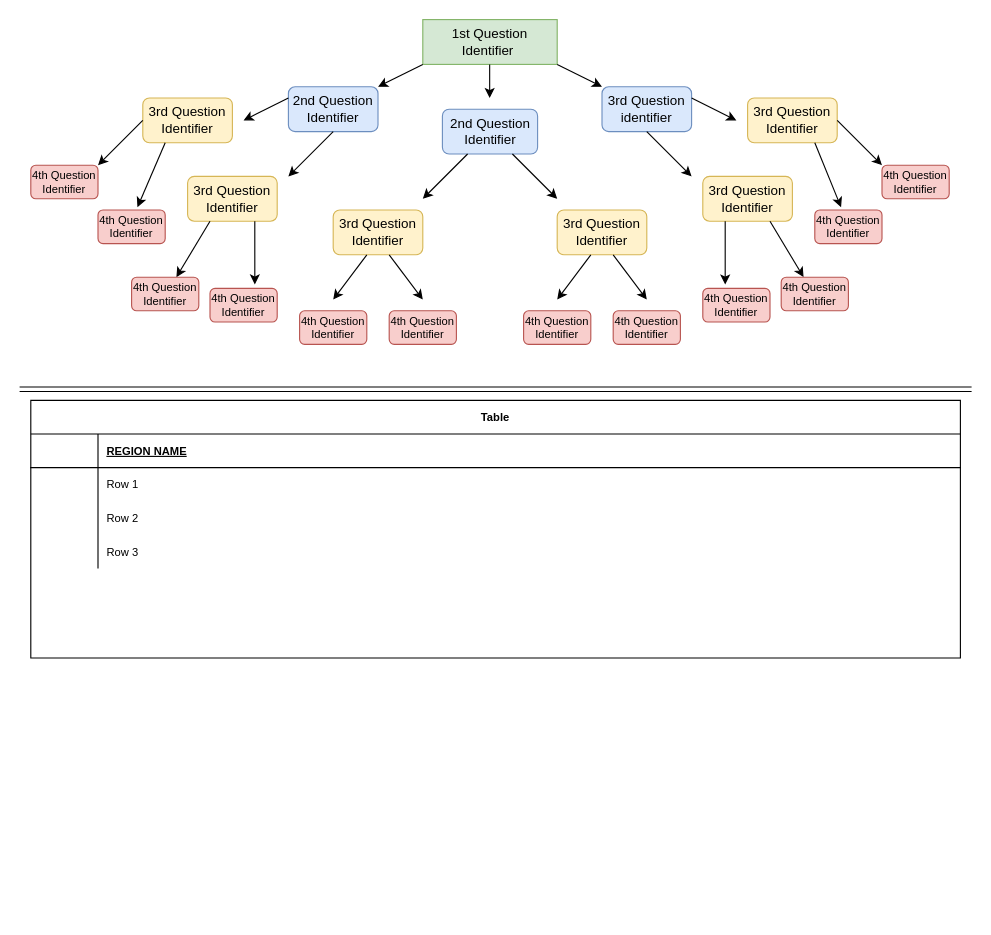
Before: Untitled Diagram.drawio in Madi1Dev/Akinator-League-Clone, a draw.io diagram. Source tidied: cells renumbered, new cells numbered last; positions are measured from the earlier drawing's top-left corner, leaving out a move shared by most shapes. Both pictures are drawn from the tidied source at 112%, with x=0, y=0 at pixel (19, 19).
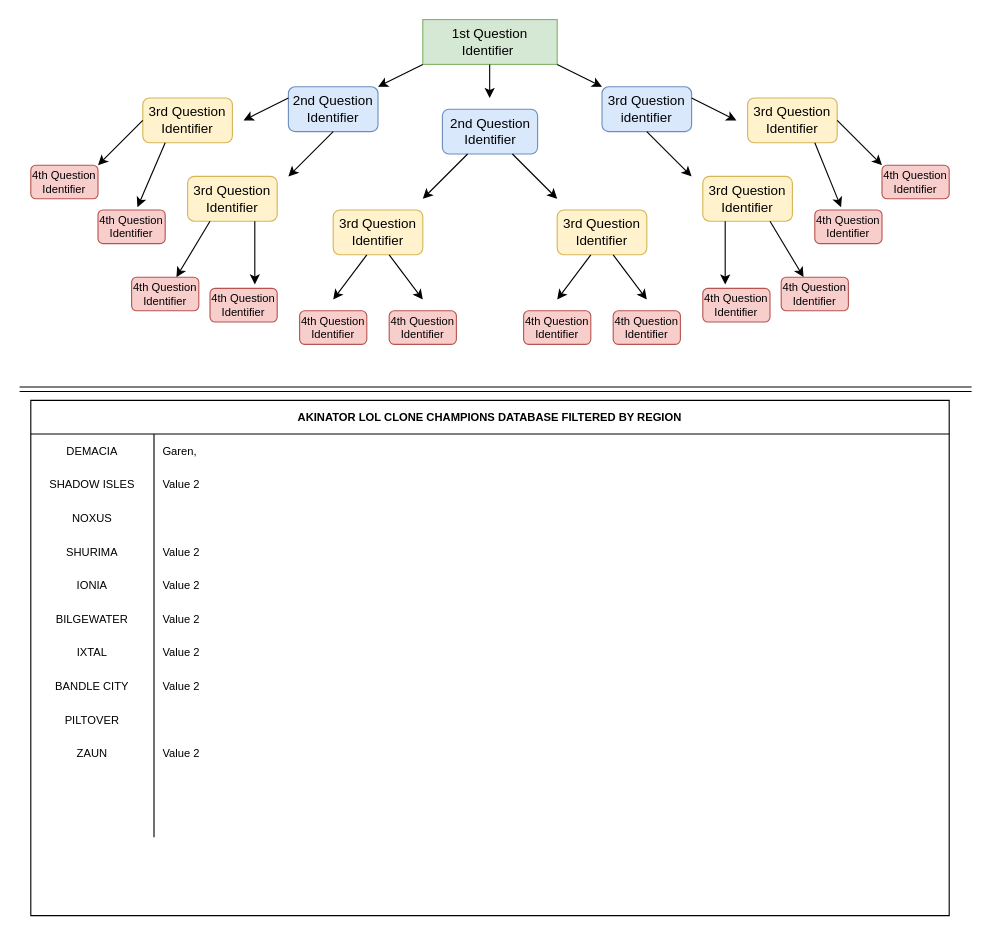
The same diagram, later.

Commit message:
akinator lol clone diagram.drawio

Diff of the diagram source:
```diff
@@
-    <mxCell id="46" value="Table" style="shape=table;startSize=30;childLayout=tableLayout;rowLines=0;fontStyle=1;align=center;fillStyle=auto;fontSize=10;" parent="1" vertex="1">
-      <mxGeometry x="10" y="340" width="830" height="230" as="geometry" />
-    </mxCell>
-    <mxCell id="47" style="shape=tableRow;horizontal=0;startSize=0;swimlaneHead=0;swimlaneBody=0;fillColor=none;top=0;left=0;right=0;bottom=1;fillStyle=auto;fontSize=10;" parent="46" vertex="1">
-      <mxGeometry y="30" width="830" height="30" as="geometry" />
-    </mxCell>
-    <mxCell id="48" style="shape=partialRectangle;fillColor=none;top=0;left=0;bottom=0;right=0;fontStyle=1;overflow=hidden;fillStyle=auto;fontSize=10;" parent="47" vertex="1">
-      <mxGeometry width="60" height="30" as="geometry" />
-    </mxCell>
-    <mxCell id="49" value="REGION NAME" style="shape=partialRectangle;fillColor=none;top=0;left=0;bottom=0;right=0;align=left;spacingLeft=6;fontStyle=5;overflow=hidden;fillStyle=auto;fontSize=10;" parent="47" vertex="1">
-      <mxGeometry x="60" width="770" height="30" as="geometry" />
-    </mxCell>
-    <mxCell id="50" style="shape=tableRow;horizontal=0;startSize=0;swimlaneHead=0;swimlaneBody=0;fillColor=none;top=0;left=0;right=0;bottom=0;fillStyle=auto;fontSize=10;" parent="46" vertex="1">
-      <mxGeometry y="60" width="830" height="30" as="geometry" />
-    </mxCell>
-    <mxCell id="51" style="shape=partialRectangle;fillColor=none;top=0;left=0;bottom=0;right=0;overflow=hidden;fillStyle=auto;fontSize=10;" parent="50" vertex="1">
-      <mxGeometry width="60" height="30" as="geometry" />
-    </mxCell>
-    <mxCell id="52" value="Row 1" style="shape=partialRectangle;fillColor=none;top=0;left=0;bottom=0;right=0;align=left;spacingLeft=6;overflow=hidden;fillStyle=auto;fontSize=10;" parent="50" vertex="1">
-      <mxGeometry x="60" width="770" height="30" as="geometry" />
-    </mxCell>
-    <mxCell id="53" style="shape=tableRow;horizontal=0;startSize=0;swimlaneHead=0;swimlaneBody=0;fillColor=none;top=0;left=0;right=0;bottom=0;fillStyle=auto;fontSize=10;" parent="46" vertex="1">
-      <mxGeometry y="90" width="830" height="30" as="geometry" />
-    </mxCell>
-    <mxCell id="54" style="shape=partialRectangle;fillColor=none;top=0;left=0;bottom=0;right=0;overflow=hidden;fillStyle=auto;fontSize=10;" parent="53" vertex="1">
-      <mxGeometry width="60" height="30" as="geometry" />
-    </mxCell>
-    <mxCell id="55" value="Row 2" style="shape=partialRectangle;fillColor=none;top=0;left=0;bottom=0;right=0;align=left;spacingLeft=6;overflow=hidden;fillStyle=auto;fontSize=10;" parent="53" vertex="1">
-      <mxGeometry x="60" width="770" height="30" as="geometry" />
-    </mxCell>
-    <mxCell id="56" style="shape=tableRow;horizontal=0;startSize=0;swimlaneHead=0;swimlaneBody=0;fillColor=none;top=0;left=0;right=0;bottom=0;fillStyle=auto;fontSize=10;" parent="46" vertex="1">
-      <mxGeometry y="120" width="830" height="30" as="geometry" />
-    </mxCell>
-    <mxCell id="57" style="shape=partialRectangle;fillColor=none;top=0;left=0;bottom=0;right=0;overflow=hidden;fillStyle=auto;fontSize=10;" parent="56" vertex="1">
-      <mxGeometry width="60" height="30" as="geometry" />
-    </mxCell>
-    <mxCell id="58" value="Row 3" style="shape=partialRectangle;fillColor=none;top=0;left=0;bottom=0;right=0;align=left;spacingLeft=6;overflow=hidden;fillStyle=auto;fontSize=10;" parent="56" vertex="1">
-      <mxGeometry x="60" width="770" height="30" as="geometry" />
-    </mxCell>
+    <mxCell id="59" value="AKINATOR LOL CLONE CHAMPIONS DATABASE FILTERED BY REGION" style="shape=table;startSize=30;childLayout=tableLayout;rowLines=0;fontStyle=1;fillStyle=auto;fontSize=10;" parent="1" vertex="1">
+      <mxGeometry x="10" y="340" width="820" height="460" as="geometry" />
+    </mxCell>
+    <mxCell id="60" style="shape=tableRow;horizontal=0;startSize=0;swimlaneHead=0;swimlaneBody=0;top=0;left=0;bottom=0;right=0;fillColor=none;fillStyle=auto;fontSize=10;" parent="59" vertex="1">
+      <mxGeometry y="30" width="820" height="30" as="geometry" />
+    </mxCell>
+    <mxCell id="61" value="DEMACIA" style="shape=partialRectangle;html=1;whiteSpace=wrap;fillColor=none;top=0;left=0;bottom=0;right=0;overflow=hidden;fillStyle=auto;fontSize=10;" parent="60" vertex="1">
+      <mxGeometry width="110" height="30" as="geometry" />
+    </mxCell>
+    <mxCell id="62" value="Garen," style="shape=partialRectangle;html=1;whiteSpace=wrap;fillColor=none;top=0;left=0;bottom=0;right=0;align=left;spacingLeft=6;overflow=hidden;fillStyle=auto;fontSize=10;" parent="60" vertex="1">
+      <mxGeometry x="110" width="710" height="30" as="geometry" />
+    </mxCell>
+    <mxCell id="63" style="shape=tableRow;horizontal=0;startSize=0;swimlaneHead=0;swimlaneBody=0;top=0;left=0;bottom=0;right=0;fillColor=none;fillStyle=auto;fontSize=10;" parent="59" vertex="1">
+      <mxGeometry y="60" width="820" height="30" as="geometry" />
+    </mxCell>
+    <mxCell id="64" value="SHADOW ISLES" style="shape=partialRectangle;html=1;whiteSpace=wrap;fillColor=none;top=0;left=0;bottom=0;right=0;overflow=hidden;fillStyle=auto;fontSize=10;" parent="63" vertex="1">
+      <mxGeometry width="110" height="30" as="geometry" />
+    </mxCell>
+    <mxCell id="65" value="Value 2" style="shape=partialRectangle;html=1;whiteSpace=wrap;fillColor=none;top=0;left=0;bottom=0;right=0;align=left;spacingLeft=6;overflow=hidden;fillStyle=auto;fontSize=10;" parent="63" vertex="1">
+      <mxGeometry x="110" width="710" height="30" as="geometry" />
+    </mxCell>
+    <mxCell id="66" style="shape=tableRow;horizontal=0;startSize=0;swimlaneHead=0;swimlaneBody=0;top=0;left=0;bottom=0;right=0;fillColor=none;fillStyle=auto;fontSize=10;" parent="59" vertex="1">
+      <mxGeometry y="90" width="820" height="30" as="geometry" />
+    </mxCell>
+    <mxCell id="67" value="NOXUS" style="shape=partialRectangle;html=1;whiteSpace=wrap;fillColor=none;top=0;left=0;bottom=0;right=0;overflow=hidden;fillStyle=auto;fontSize=10;" parent="66" vertex="1">
+      <mxGeometry width="110" height="30" as="geometry" />
+    </mxCell>
+    <mxCell id="68" style="shape=partialRectangle;html=1;whiteSpace=wrap;fillColor=none;top=0;left=0;bottom=0;right=0;align=left;spacingLeft=6;overflow=hidden;fillStyle=auto;fontSize=10;sketch=0;" parent="66" vertex="1">
+      <mxGeometry x="110" width="710" height="30" as="geometry" />
+    </mxCell>
+    <mxCell id="69" style="shape=tableRow;horizontal=0;startSize=0;swimlaneHead=0;swimlaneBody=0;top=0;left=0;bottom=0;right=0;fillColor=none;fillStyle=auto;fontSize=10;" parent="59" vertex="1">
+      <mxGeometry y="120" width="820" height="30" as="geometry" />
+    </mxCell>
+    <mxCell id="70" value="SHURIMA" style="shape=partialRectangle;html=1;whiteSpace=wrap;fillColor=none;top=0;left=0;bottom=0;right=0;overflow=hidden;fillStyle=auto;fontSize=10;" parent="69" vertex="1">
+      <mxGeometry width="110" height="30" as="geometry" />
+    </mxCell>
+    <mxCell id="71" value="Value 2" style="shape=partialRectangle;html=1;whiteSpace=wrap;fillColor=none;top=0;left=0;bottom=0;right=0;align=left;spacingLeft=6;overflow=hidden;fillStyle=auto;fontSize=10;" parent="69" vertex="1">
+      <mxGeometry x="110" width="710" height="30" as="geometry" />
+    </mxCell>
+    <mxCell id="72" style="shape=tableRow;horizontal=0;startSize=0;swimlaneHead=0;swimlaneBody=0;top=0;left=0;bottom=0;right=0;fillColor=none;fillStyle=auto;fontSize=10;" parent="59" vertex="1">
+      <mxGeometry y="150" width="820" height="30" as="geometry" />
+    </mxCell>
+    <mxCell id="73" value="IONIA" style="shape=partialRectangle;html=1;whiteSpace=wrap;fillColor=none;top=0;left=0;bottom=0;right=0;overflow=hidden;fillStyle=auto;fontSize=10;" parent="72" vertex="1">
+      <mxGeometry width="110" height="30" as="geometry" />
+    </mxCell>
+    <mxCell id="74" value="Value 2" style="shape=partialRectangle;html=1;whiteSpace=wrap;fillColor=none;top=0;left=0;bottom=0;right=0;align=left;spacingLeft=6;overflow=hidden;fillStyle=auto;fontSize=10;" parent="72" vertex="1">
+      <mxGeometry x="110" width="710" height="30" as="geometry" />
+    </mxCell>
+    <mxCell id="75" style="shape=tableRow;horizontal=0;startSize=0;swimlaneHead=0;swimlaneBody=0;top=0;left=0;bottom=0;right=0;fillColor=none;fillStyle=auto;fontSize=10;" parent="59" vertex="1">
+      <mxGeometry y="180" width="820" height="30" as="geometry" />
+    </mxCell>
+    <mxCell id="76" value="BILGEWATER" style="shape=partialRectangle;html=1;whiteSpace=wrap;fillColor=none;top=0;left=0;bottom=0;right=0;overflow=hidden;fillStyle=auto;fontSize=10;" parent="75" vertex="1">
+      <mxGeometry width="110" height="30" as="geometry" />
+    </mxCell>
+    <mxCell id="77" value="Value 2" style="shape=partialRectangle;html=1;whiteSpace=wrap;fillColor=none;top=0;left=0;bottom=0;right=0;align=left;spacingLeft=6;overflow=hidden;fillStyle=auto;fontSize=10;" parent="75" vertex="1">
+      <mxGeometry x="110" width="710" height="30" as="geometry" />
+    </mxCell>
+    <mxCell id="78" style="shape=tableRow;horizontal=0;startSize=0;swimlaneHead=0;swimlaneBody=0;top=0;left=0;bottom=0;right=0;fillColor=none;fillStyle=auto;fontSize=10;" parent="59" vertex="1">
+      <mxGeometry y="210" width="820" height="30" as="geometry" />
+    </mxCell>
+    <mxCell id="79" value="IXTAL" style="shape=partialRectangle;html=1;whiteSpace=wrap;fillColor=none;top=0;left=0;bottom=0;right=0;overflow=hidden;fillStyle=auto;fontSize=10;" parent="78" vertex="1">
+      <mxGeometry width="110" height="30" as="geometry" />
+    </mxCell>
+    <mxCell id="80" value="Value 2" style="shape=partialRectangle;html=1;whiteSpace=wrap;fillColor=none;top=0;left=0;bottom=0;right=0;align=left;spacingLeft=6;overflow=hidden;fillStyle=auto;fontSize=10;" parent="78" vertex="1">
+      <mxGeometry x="110" width="710" height="30" as="geometry" />
+    </mxCell>
+    <mxCell id="81" style="shape=tableRow;horizontal=0;startSize=0;swimlaneHead=0;swimlaneBody=0;top=0;left=0;bottom=0;right=0;fillColor=none;fillStyle=auto;fontSize=10;" parent="59" vertex="1">
+      <mxGeometry y="240" width="820" height="30" as="geometry" />
+    </mxCell>
+    <mxCell id="82" value="BANDLE CITY" style="shape=partialRectangle;html=1;whiteSpace=wrap;fillColor=none;top=0;left=0;bottom=0;right=0;overflow=hidden;fillStyle=auto;fontSize=10;" parent="81" vertex="1">
+      <mxGeometry width="110" height="30" as="geometry" />
+    </mxCell>
+    <mxCell id="83" value="Value 2" style="shape=partialRectangle;html=1;whiteSpace=wrap;fillColor=none;top=0;left=0;bottom=0;right=0;align=left;spacingLeft=6;overflow=hidden;fillStyle=auto;fontSize=10;" parent="81" vertex="1">
+      <mxGeometry x="110" width="710" height="30" as="geometry" />
+    </mxCell>
+    <mxCell id="84" style="shape=tableRow;horizontal=0;startSize=0;swimlaneHead=0;swimlaneBody=0;top=0;left=0;bottom=0;right=0;fillColor=none;fillStyle=auto;fontSize=10;" parent="59" vertex="1">
+      <mxGeometry y="270" width="820" height="30" as="geometry" />
+    </mxCell>
+    <mxCell id="85" value="PILTOVER" style="shape=partialRectangle;html=1;whiteSpace=wrap;fillColor=none;top=0;left=0;bottom=0;right=0;overflow=hidden;fillStyle=auto;fontSize=10;" parent="84" vertex="1">
+      <mxGeometry width="110" height="30" as="geometry" />
+    </mxCell>
+    <mxCell id="86" style="shape=partialRectangle;html=1;whiteSpace=wrap;fillColor=none;top=0;left=0;bottom=0;right=0;align=left;spacingLeft=6;overflow=hidden;fillStyle=auto;fontSize=10;" parent="84" vertex="1">
+      <mxGeometry x="110" width="710" height="30" as="geometry" />
+    </mxCell>
+    <mxCell id="87" style="shape=tableRow;horizontal=0;startSize=0;swimlaneHead=0;swimlaneBody=0;top=0;left=0;bottom=0;right=0;fillColor=none;fillStyle=auto;fontSize=10;" parent="59" vertex="1">
+      <mxGeometry y="300" width="820" height="30" as="geometry" />
+    </mxCell>
+    <mxCell id="88" value="ZAUN" style="shape=partialRectangle;html=1;whiteSpace=wrap;fillColor=none;top=0;left=0;bottom=0;right=0;overflow=hidden;fillStyle=auto;fontSize=10;" parent="87" vertex="1">
+      <mxGeometry width="110" height="30" as="geometry" />
+    </mxCell>
+    <mxCell id="89" value="Value 2" style="shape=partialRectangle;html=1;whiteSpace=wrap;fillColor=none;top=0;left=0;bottom=0;right=0;align=left;spacingLeft=6;overflow=hidden;fillStyle=auto;fontSize=10;" parent="87" vertex="1">
+      <mxGeometry x="110" width="710" height="30" as="geometry" />
+    </mxCell>
+    <mxCell id="90" style="shape=tableRow;horizontal=0;startSize=0;swimlaneHead=0;swimlaneBody=0;top=0;left=0;bottom=0;right=0;fillColor=none;fillStyle=auto;fontSize=10;" parent="59" vertex="1">
+      <mxGeometry y="330" width="820" height="30" as="geometry" />
+    </mxCell>
+    <mxCell id="91" style="shape=partialRectangle;html=1;whiteSpace=wrap;fillColor=none;top=0;left=0;bottom=0;right=0;overflow=hidden;fillStyle=auto;fontSize=10;" parent="90" vertex="1">
+      <mxGeometry width="110" height="30" as="geometry" />
+    </mxCell>
+    <mxCell id="92" style="shape=partialRectangle;html=1;whiteSpace=wrap;fillColor=none;top=0;left=0;bottom=0;right=0;align=left;spacingLeft=6;overflow=hidden;fillStyle=auto;fontSize=10;" parent="90" vertex="1">
+      <mxGeometry x="110" width="710" height="30" as="geometry" />
+    </mxCell>
+    <mxCell id="93" style="shape=tableRow;horizontal=0;startSize=0;swimlaneHead=0;swimlaneBody=0;top=0;left=0;bottom=0;right=0;fillColor=none;fillStyle=auto;fontSize=10;" parent="59" vertex="1">
+      <mxGeometry y="360" width="820" height="30" as="geometry" />
+    </mxCell>
+    <mxCell id="94" style="shape=partialRectangle;html=1;whiteSpace=wrap;fillColor=none;top=0;left=0;bottom=0;right=0;overflow=hidden;fillStyle=auto;fontSize=10;" parent="93" vertex="1">
+      <mxGeometry width="110" height="30" as="geometry" />
+    </mxCell>
+    <mxCell id="95" style="shape=partialRectangle;html=1;whiteSpace=wrap;fillColor=none;top=0;left=0;bottom=0;right=0;align=left;spacingLeft=6;overflow=hidden;fillStyle=auto;fontSize=10;sketch=0;" parent="93" vertex="1">
+      <mxGeometry x="110" width="710" height="30" as="geometry" />
+    </mxCell>
```
